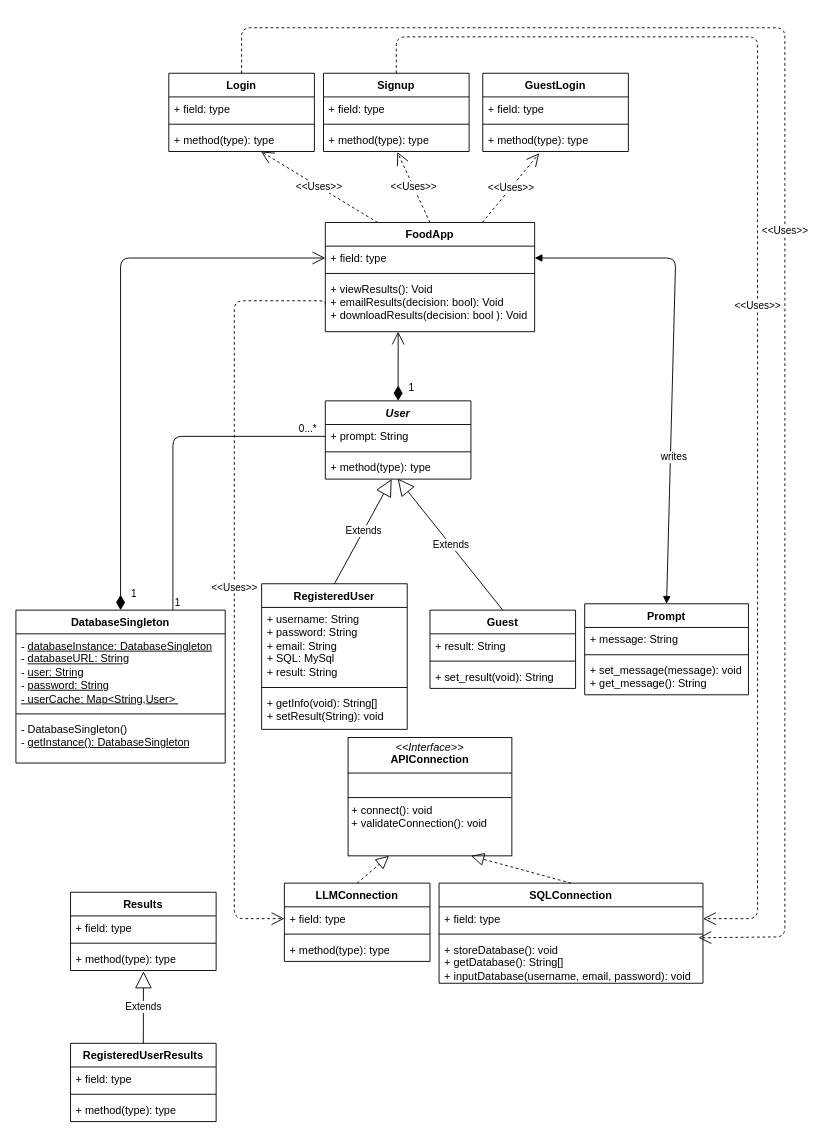
Before: page "Business_layer" (1 of 2) of diagrams/project_UML.drawio in Mark-Guerta/SENG401_project_group14_L01, a draw.io diagram. Source tidied: cells renumbered, new cells numbered last; positions are measured from the earlier drawing's top-left corner, leaving out a move shared by most shapes. Both pictures are drawn from the tidied source at 91%, with x=0, y=0 at pixel (15, 27).
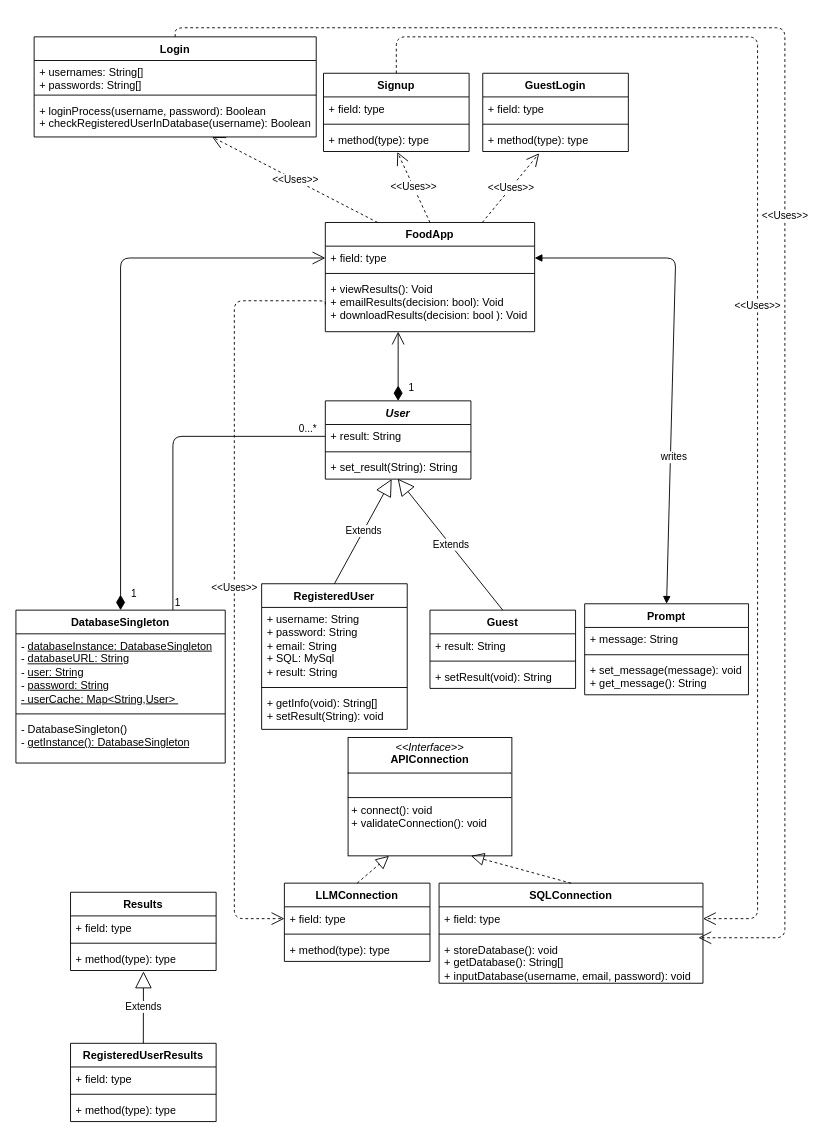
Above is the later version.

Commit message (it also covers changes not shown here):
fixed some classed updated UML

The change refers to these unchanged cells:
```xml
<mxCell id="2" value="&lt;i&gt;User&lt;/i&gt;" style="swimlane;fontStyle=1;align=center;verticalAlign=top;horizontal=1;startSize=26;whiteSpace=wrap;html=1;" parent="1" vertex="1">
  <mxGeometry x="340" y="410" width="160" height="86" as="geometry" />
</mxCell>
<mxCell id="10" value="Guest" style="swimlane;fontStyle=1;align=center;verticalAlign=top;horizontal=1;startSize=26;whiteSpace=wrap;html=1;" parent="1" vertex="1">
  <mxGeometry x="455" y="640" width="160" height="86" as="geometry" />
</mxCell>
```

The edit, as a diff of the source:
```diff
@@
-    <mxCell id="3" value="+ prompt: String" style="text;strokeColor=none;fillColor=none;align=left;verticalAlign=top;spacingLeft=4;spacingRight=4;overflow=hidden;points=[[0,0.5],[1,0.5]];portConstraint=eastwest;whiteSpace=wrap;html=1;" parent="2" vertex="1">
+    <mxCell id="3" value="+ result: String" style="text;strokeColor=none;fillColor=none;align=left;verticalAlign=top;spacingLeft=4;spacingRight=4;overflow=hidden;points=[[0,0.5],[1,0.5]];portConstraint=eastwest;whiteSpace=wrap;html=1;" parent="2" vertex="1">
       <mxGeometry y="26" width="160" height="26" as="geometry" />
     </mxCell>
@@
-    <mxCell id="5" value="+ method(type): type" style="text;strokeColor=none;fillColor=none;align=left;verticalAlign=top;spacingLeft=4;spacingRight=4;overflow=hidden;points=[[0,0.5],[1,0.5]];portConstraint=eastwest;whiteSpace=wrap;html=1;" parent="2" vertex="1">
+    <mxCell id="5" value="+ set_result(String): String" style="text;strokeColor=none;fillColor=none;align=left;verticalAlign=top;spacingLeft=4;spacingRight=4;overflow=hidden;points=[[0,0.5],[1,0.5]];portConstraint=eastwest;whiteSpace=wrap;html=1;" parent="2" vertex="1">
       <mxGeometry y="60" width="160" height="26" as="geometry" />
     </mxCell>
@@
-    <mxCell id="13" value="+ set_result(void): String" style="text;strokeColor=none;fillColor=none;align=left;verticalAlign=top;spacingLeft=4;spacingRight=4;overflow=hidden;whiteSpace=wrap;html=1;" parent="10" vertex="1">
+    <mxCell id="13" value="+ setResult(void): String" style="text;strokeColor=none;fillColor=none;align=left;verticalAlign=top;spacingLeft=4;spacingRight=4;overflow=hidden;whiteSpace=wrap;html=1;" parent="10" vertex="1">
       <mxGeometry y="60" width="160" height="26" as="geometry" />
     </mxCell>
     <mxCell id="14" value="Login" style="swimlane;fontStyle=1;align=center;verticalAlign=top;horizontal=1;startSize=26;whiteSpace=wrap;html=1;" parent="1" vertex="1">
-      <mxGeometry x="168" y="50" width="160" height="86" as="geometry" />
+      <mxGeometry x="20" y="10" width="310" height="110" as="geometry" />
     </mxCell>
-    <mxCell id="15" value="+ field: type" style="text;strokeColor=none;fillColor=none;align=left;verticalAlign=top;spacingLeft=4;spacingRight=4;overflow=hidden;whiteSpace=wrap;html=1;" parent="14" vertex="1">
-      <mxGeometry y="26" width="160" height="26" as="geometry" />
+    <mxCell id="15" value="+ usernames: String[]&lt;div&gt;+ passwords: String[]&lt;/div&gt;" style="text;strokeColor=none;fillColor=none;align=left;verticalAlign=top;spacingLeft=4;spacingRight=4;overflow=hidden;whiteSpace=wrap;html=1;" parent="14" vertex="1">
+      <mxGeometry y="26" width="310" height="34" as="geometry" />
     </mxCell>
     <mxCell id="16" style="line;strokeWidth=1;fillColor=none;align=left;verticalAlign=middle;spacingTop=-1;spacingLeft=3;spacingRight=3;labelPosition=right;strokeColor=inherit;" parent="14" vertex="1">
-      <mxGeometry y="52" width="160" height="8" as="geometry" />
+      <mxGeometry y="60" width="310" height="8" as="geometry" />
     </mxCell>
-    <mxCell id="17" value="+ method(type): type" style="text;strokeColor=none;fillColor=none;align=left;verticalAlign=top;spacingLeft=4;spacingRight=4;overflow=hidden;points=[[0,0.5],[1,0.5]];portConstraint=eastwest;whiteSpace=wrap;html=1;" parent="14" vertex="1">
-      <mxGeometry y="60" width="160" height="26" as="geometry" />
+    <mxCell id="17" value="+ loginProcess(username, password): Boolean&lt;div&gt;+ checkRegisteredUserInDatabase(username): Boolean&lt;/div&gt;" style="text;strokeColor=none;fillColor=none;align=left;verticalAlign=top;spacingLeft=4;spacingRight=4;overflow=hidden;points=[[0,0.5],[1,0.5]];portConstraint=eastwest;whiteSpace=wrap;html=1;" parent="14" vertex="1">
+      <mxGeometry y="68" width="310" height="42" as="geometry" />
     </mxCell>
```
